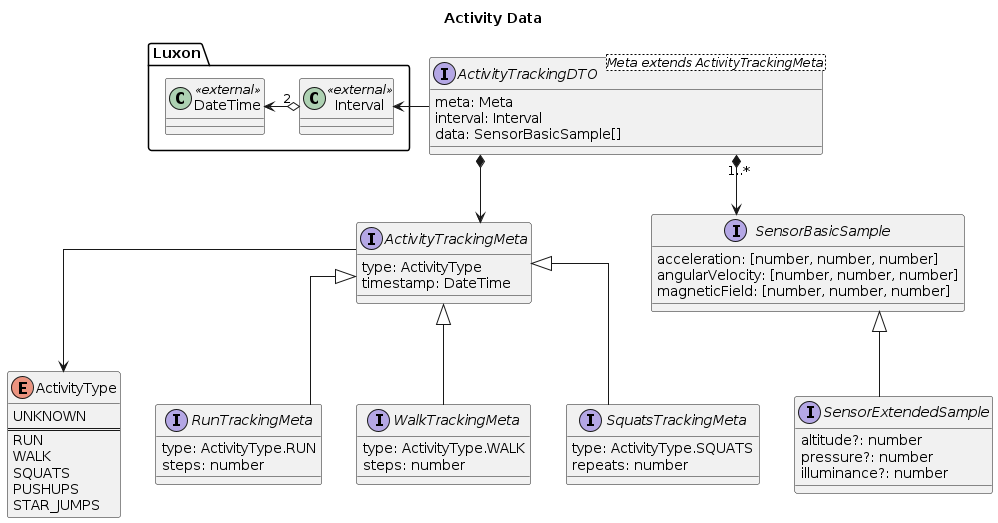
This is docs/diagrams/out/ActivityData.png from damiankoper/fitly, a PlantUML export, as it was before one commit.
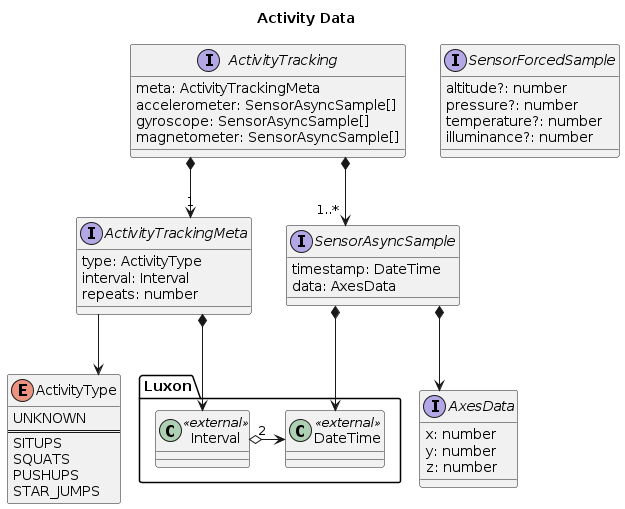
The same file after the commit.

The edit, as a diff of the source:
```diff
@@ -12,54 +12,49 @@
 enum ActivityType {
   UNKNOWN
   ==
-  RUN
-  WALK
+  SITUPS
   SQUATS
   PUSHUPS
   STAR_JUMPS
 }
 
-interface ActivityTrackingDTO<Meta extends ActivityTrackingMeta>{
-  meta: Meta
-  interval: Interval
-  data: SensorBasicSample[]
+interface ActivityTracking{
+  meta: ActivityTrackingMeta
+  accelerometer: SensorAsyncSample[]
+  gyroscope: SensorAsyncSample[]
+  magnetometer: SensorAsyncSample[]
 }
 
 interface ActivityTrackingMeta{
   type: ActivityType
-  timestamp: DateTime
-}
-
-interface RunTrackingMeta extends ActivityTrackingMeta{
-  type: ActivityType.RUN
-  steps: number
-}
-
-interface WalkTrackingMeta extends ActivityTrackingMeta{
-  type: ActivityType.WALK
-  steps: number
-}
-
-interface SquatsTrackingMeta extends ActivityTrackingMeta{
-  type: ActivityType.SQUATS
+  interval: Interval
   repeats: number
 }
 
-interface SensorBasicSample {
-  acceleration: [number, number, number]
-  angularVelocity: [number, number, number]
-  magneticField: [number, number, number]
+
+interface SensorAsyncSample {
+  timestamp: DateTime
+  data: AxesData
 }
 
-interface SensorExtendedSample extends SensorBasicSample {
+interface AxesData {
+  x: number
+  y: number
+  z: number
+}
+
+interface SensorForcedSample {
   altitude?: number
   pressure?: number
+  temperature?: number
   illuminance?: number
 }
 
 ActivityTrackingMeta --> ActivityType
-ActivityTrackingDTO -> Interval
-ActivityTrackingDTO  *--> "1..*" SensorBasicSample
-ActivityTrackingDTO  *-->  ActivityTrackingMeta
+SensorAsyncSample *--> DateTime
+ActivityTrackingMeta *--> Interval
+ActivityTracking "1..*" *-->  SensorAsyncSample
+ActivityTracking "1" *-->  ActivityTrackingMeta
 
+SensorAsyncSample *--> AxesData
 @enduml
```
